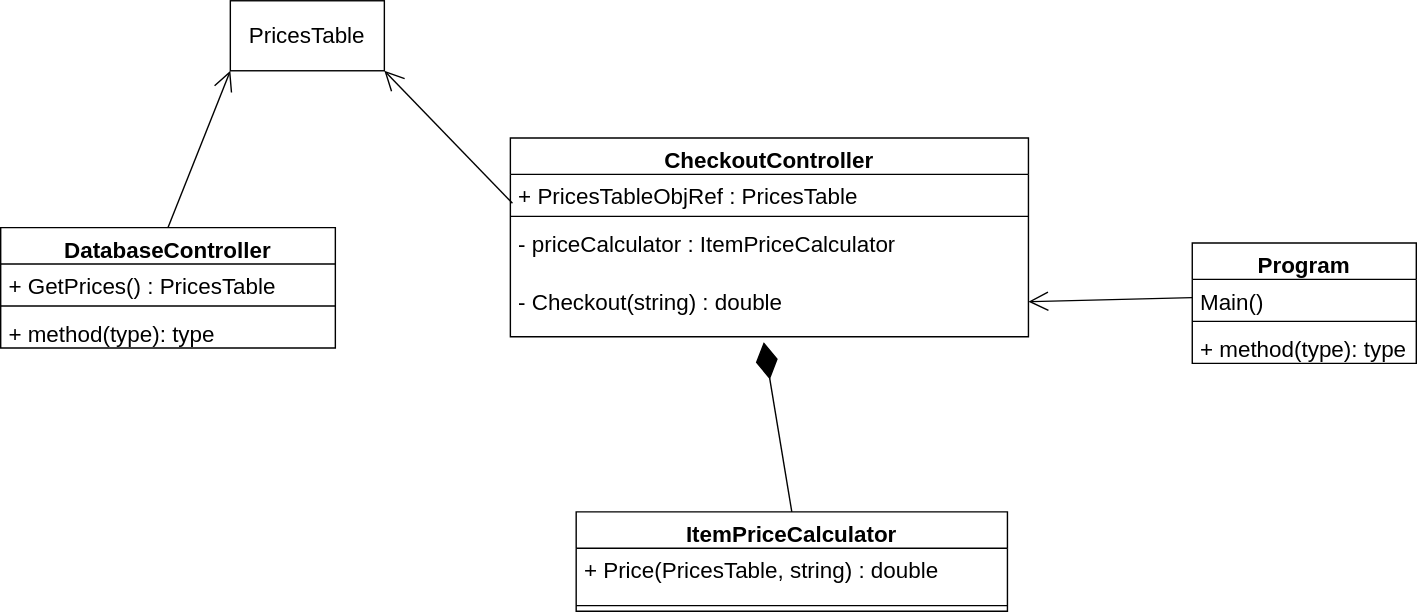
sameert89/SupermarketCheckoutLib keeps this draw.io diagram as SupermarketCheckout.svg. Above is the earlier version. Source tidied: cells renumbered, new cells last; positions are measured from the earlier drawing's top-left corner, leaving out a move shared by most shapes.
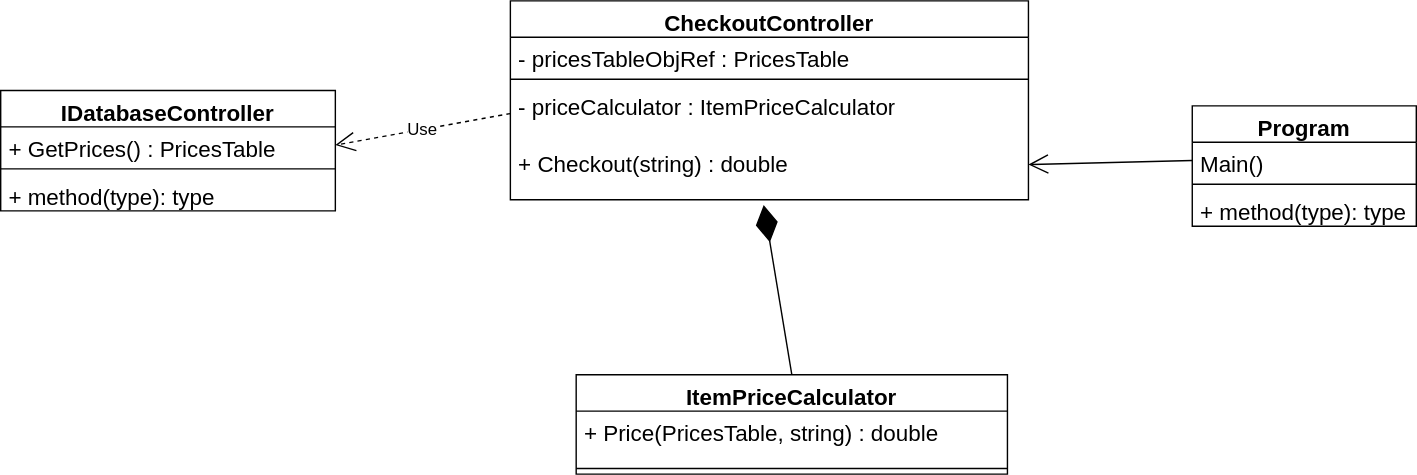
The same file after the commit.

Change to the diagram source:
```diff
@@ -5,7 +5,7 @@
     <mxCell id="2" value="CheckoutController" style="swimlane;fontStyle=1;align=center;verticalAlign=top;horizontal=1;startSize=26;whiteSpace=wrap;html=1;fontSize=16;" parent="1" vertex="1">
       <mxGeometry x="364" y="98" width="370" height="142" as="geometry" />
     </mxCell>
-    <mxCell id="3" value="+ PricesTableObjRef : PricesTable" style="text;strokeColor=none;fillColor=none;align=left;verticalAlign=top;spacingLeft=4;spacingRight=4;overflow=hidden;points=[[0,0.5],[1,0.5]];portConstraint=eastwest;whiteSpace=wrap;html=1;fontSize=16;" parent="2" vertex="1">
+    <mxCell id="3" value="- pricesTableObjRef : PricesTable" style="text;strokeColor=none;fillColor=none;align=left;verticalAlign=top;spacingLeft=4;spacingRight=4;overflow=hidden;points=[[0,0.5],[1,0.5]];portConstraint=eastwest;whiteSpace=wrap;html=1;fontSize=16;" parent="2" vertex="1">
       <mxGeometry y="26" width="370" height="26" as="geometry" />
     </mxCell>
     <mxCell id="4" style="line;strokeWidth=1;fillColor=none;align=left;verticalAlign=middle;spacingTop=-1;spacingLeft=3;spacingRight=3;labelPosition=right;strokeColor=inherit;fontSize=16;" parent="2" vertex="1">
@@ -14,15 +14,9 @@
     <mxCell id="5" value="- priceCalculator : ItemPriceCalculator" style="text;strokeColor=none;fillColor=none;align=left;verticalAlign=top;spacingLeft=4;spacingRight=4;overflow=hidden;points=[[0,0.5],[1,0.5]];portConstraint=eastwest;whiteSpace=wrap;html=1;fontSize=16;" parent="2" vertex="1">
       <mxGeometry y="60" width="370" height="41" as="geometry" />
     </mxCell>
-    <mxCell id="6" value="- Checkout(string) : double" style="text;strokeColor=none;fillColor=none;align=left;verticalAlign=top;spacingLeft=4;spacingRight=4;overflow=hidden;points=[[0,0.5],[1,0.5]];portConstraint=eastwest;whiteSpace=wrap;html=1;fontSize=16;" parent="2" vertex="1">
+    <mxCell id="6" value="+ Checkout(string) : double" style="text;strokeColor=none;fillColor=none;align=left;verticalAlign=top;spacingLeft=4;spacingRight=4;overflow=hidden;points=[[0,0.5],[1,0.5]];portConstraint=eastwest;whiteSpace=wrap;html=1;fontSize=16;" parent="2" vertex="1">
       <mxGeometry y="101" width="370" height="41" as="geometry" />
     </mxCell>
-    <mxCell id="7" value="PricesTable" style="html=1;whiteSpace=wrap;fontSize=16;" parent="1" vertex="1">
-      <mxGeometry x="164" width="110" height="50" as="geometry" />
-    </mxCell>
-    <mxCell id="8" style="endArrow=open;endFill=1;endSize=12;html=1;rounded=0;fontSize=12;curved=1;entryX=1;entryY=1;entryDx=0;entryDy=0;exitX=0.004;exitY=0.792;exitDx=0;exitDy=0;exitPerimeter=0;" parent="1" edge="1" source="3" target="7">
-      <mxGeometry relative="1" as="geometry" />
-    </mxCell>
     <mxCell id="9" value="ItemPriceCalculator" style="swimlane;fontStyle=1;align=center;verticalAlign=top;horizontal=1;startSize=26;whiteSpace=wrap;html=1;fontSize=16;" parent="1" vertex="1">
       <mxGeometry x="411" y="365" width="308" height="71" as="geometry" />
     </mxCell>
@@ -35,7 +29,7 @@
     <mxCell id="12" style="endArrow=diamondThin;endFill=1;endSize=24;html=1;rounded=0;fontSize=12;curved=1;entryX=0.489;entryY=1.093;entryDx=0;entryDy=0;entryPerimeter=0;exitX=0.5;exitY=0;exitDx=0;exitDy=0;" parent="1" edge="1" source="9" target="6">
       <mxGeometry relative="1" as="geometry" />
     </mxCell>
-    <mxCell id="13" value="DatabaseController" style="swimlane;fontStyle=1;align=center;verticalAlign=top;horizontal=1;startSize=26;whiteSpace=wrap;html=1;fontSize=16;" parent="1" vertex="1">
+    <mxCell id="13" value="IDatabaseController" style="swimlane;fontStyle=1;align=center;verticalAlign=top;horizontal=1;startSize=26;whiteSpace=wrap;html=1;fontSize=16;" parent="1" vertex="1">
       <mxGeometry y="162" width="239" height="86" as="geometry" />
     </mxCell>
     <mxCell id="14" value="+ GetPrices() : PricesTable" style="text;strokeColor=none;fillColor=none;align=left;verticalAlign=top;spacingLeft=4;spacingRight=4;overflow=hidden;points=[[0,0.5],[1,0.5]];portConstraint=eastwest;whiteSpace=wrap;html=1;fontSize=16;" parent="13" vertex="1">
@@ -47,9 +41,6 @@
     <mxCell id="16" value="+ method(type): type" style="text;strokeColor=none;fillColor=none;align=left;verticalAlign=top;spacingLeft=4;spacingRight=4;overflow=hidden;whiteSpace=wrap;html=1;fontSize=16;" parent="13" vertex="1">
       <mxGeometry y="60" width="239" height="26" as="geometry" />
     </mxCell>
-    <mxCell id="17" style="endArrow=open;endFill=1;endSize=12;html=1;rounded=0;fontSize=12;curved=1;entryX=0;entryY=1;entryDx=0;entryDy=0;exitX=0.5;exitY=0;exitDx=0;exitDy=0;" parent="1" edge="1" source="13" target="7">
-      <mxGeometry relative="1" as="geometry" />
-    </mxCell>
     <mxCell id="18" value="Program" style="swimlane;fontStyle=1;align=center;verticalAlign=top;horizontal=1;startSize=26;whiteSpace=wrap;html=1;fontSize=16;" parent="1" vertex="1">
       <mxGeometry x="851" y="173" width="160" height="86" as="geometry" />
     </mxCell>
@@ -65,5 +56,8 @@
     <mxCell id="22" style="endArrow=open;endFill=1;endSize=12;html=1;rounded=0;fontSize=12;curved=1;exitX=0;exitY=0.5;exitDx=0;exitDy=0;" parent="1" edge="1" source="19" target="6">
       <mxGeometry relative="1" as="geometry" />
     </mxCell>
+    <mxCell id="23" value="Use" style="endArrow=open;endSize=12;dashed=1;html=1;rounded=0;fontSize=12;curved=1;exitX=0;exitY=0.5;exitDx=0;exitDy=0;entryX=1;entryY=0.5;entryDx=0;entryDy=0;" parent="1" edge="1" source="5" target="14">
+      <mxGeometry relative="1" as="geometry" />
+    </mxCell>
   </root>
 </mxGraphModel>
```
